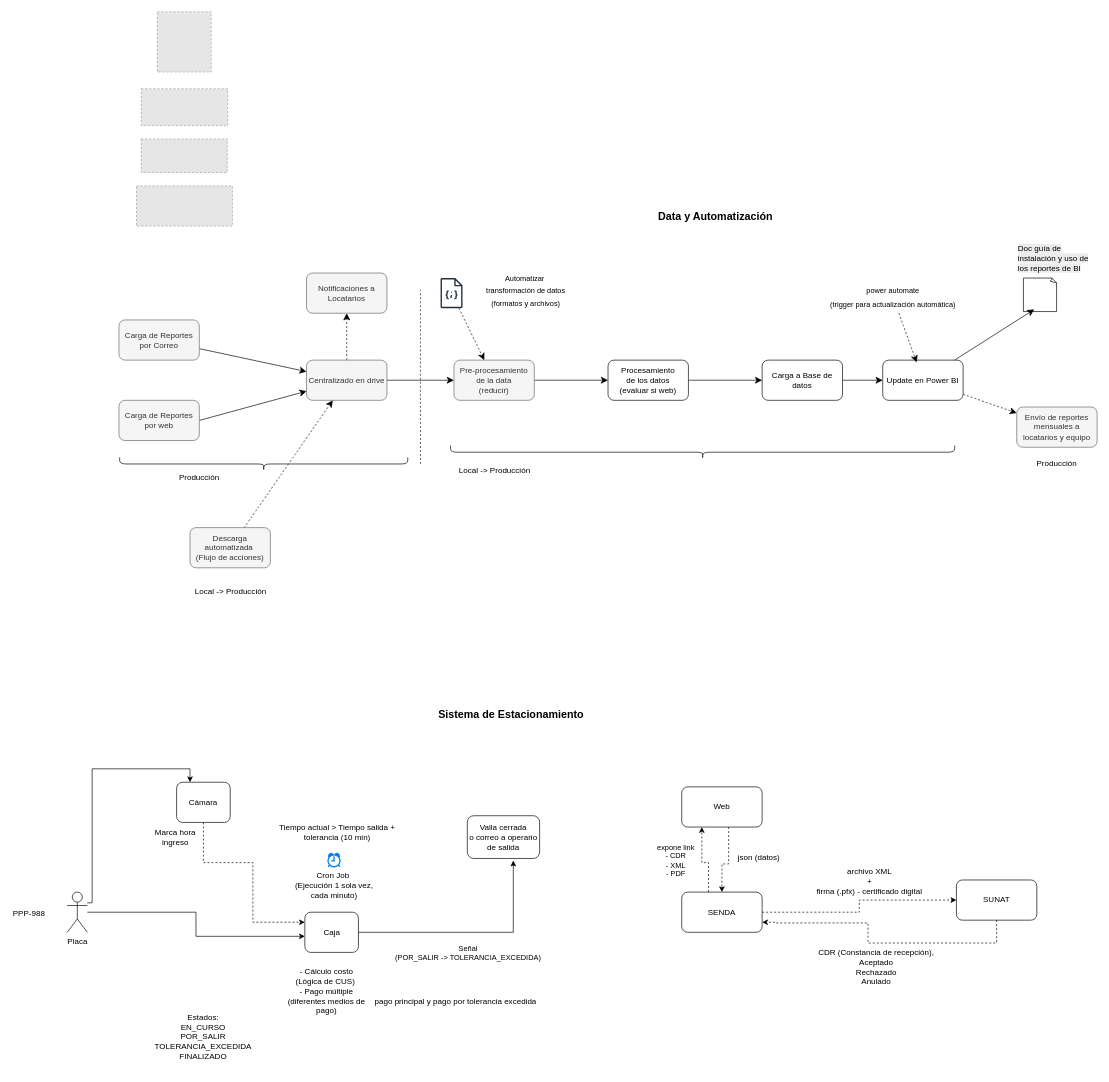
germanhyt/001_architect_projects keeps this draw.io diagram as Diagrama sin título.drawio. Above is the earlier version. Source tidied: cells renumbered, new cells numbered last; positions are measured from the earlier drawing's top-left corner, leaving out a move shared by most shapes. Both pictures are drawn from the tidied source at 67%, with x=0, y=0 at pixel (11, 11). Pictures stored in the file or linked from it are replaced by grey dashed boxes.
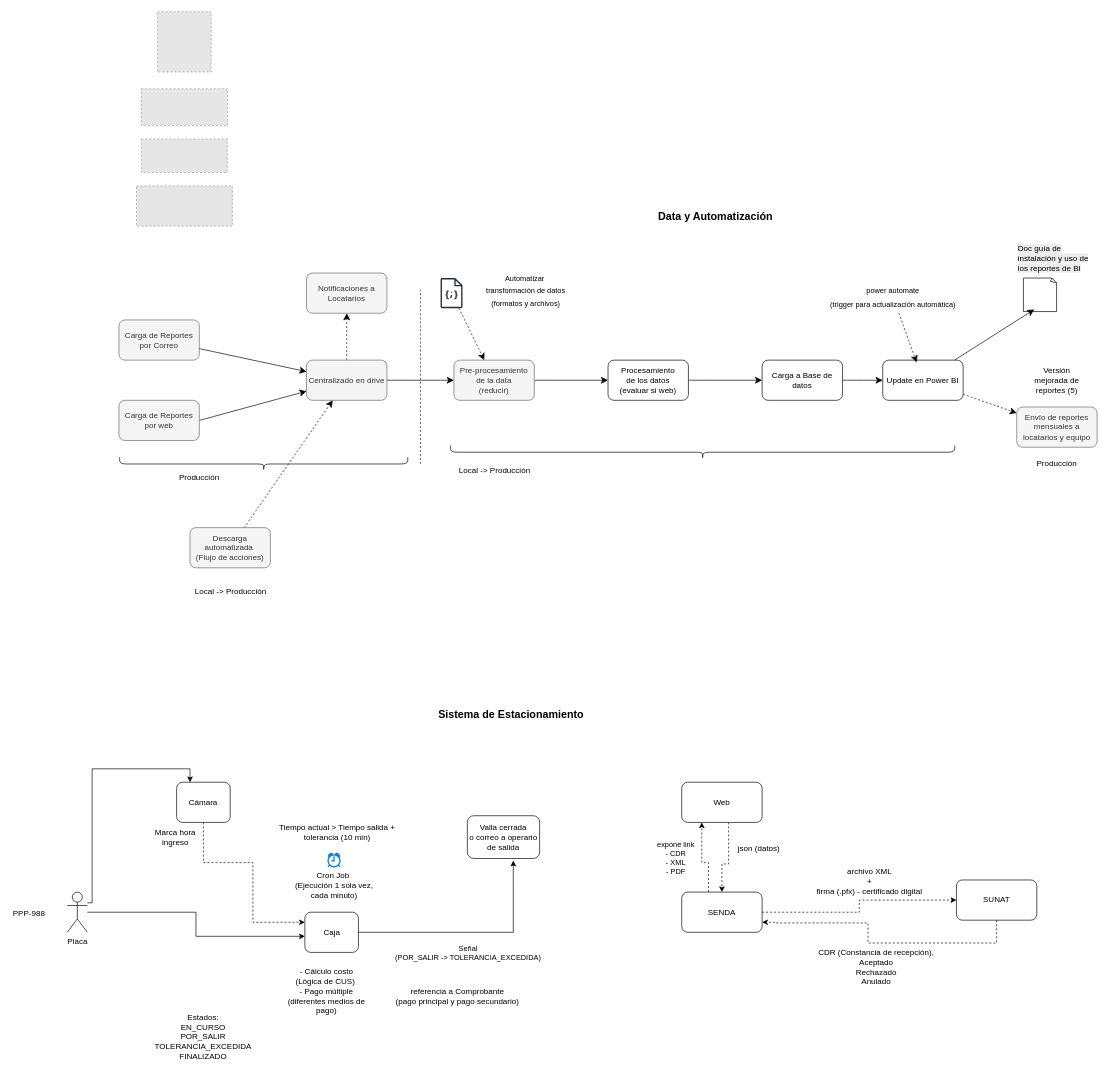
The same diagram, later.

What changed in the source:
```diff
@@
-    <mxCell id="57" value="&lt;span style=&quot;forced-color-adjust: none; color: light-dark(rgb(0, 0, 0), rgb(255, 255, 255)); font-family: Helvetica; font-size: 12px; font-style: normal; font-variant-ligatures: normal; font-variant-caps: normal; font-weight: 400; letter-spacing: normal; orphans: 2; text-align: center; text-indent: 0px; text-transform: none; widows: 2; word-spacing: 0px; -webkit-text-stroke-width: 0px; white-space: normal; background-color: transparent; text-decoration-thickness: initial; text-decoration-style: initial; text-decoration-color: initial;&quot;&gt;pago principal y pago por tolerancia excedida&lt;/span&gt;" style="text;whiteSpace=wrap;html=1;" parent="1" vertex="1">
-      <mxGeometry x="540" y="1464" width="270" height="40" as="geometry" />
-    </mxCell>
@@
     <mxCell id="59" value="Web" style="rounded=1;whiteSpace=wrap;html=1;" parent="1" vertex="1">
-      <mxGeometry x="1000" y="1156.9" width="120" height="60" as="geometry" />
+      <mxGeometry x="1000" y="1150" width="120" height="60" as="geometry" />
     </mxCell>
@@
     <mxCell id="66" value="json (datos)" style="text;html=1;align=center;verticalAlign=middle;strokeColor=none;fillColor=none;" parent="1" vertex="1">
-      <mxGeometry x="1070" y="1246.9" width="90" height="30" as="geometry" />
+      <mxGeometry x="1070" y="1233.8" width="90" height="30" as="geometry" />
     </mxCell>
@@
+    <mxCell id="69" value="Versión mejorada de reportes (5)" style="text;html=1;align=center;verticalAlign=middle;whiteSpace=wrap;rounded=0;" parent="1" vertex="1">
+      <mxGeometry x="1515" y="535" width="90" height="30" as="geometry" />
+    </mxCell>
+    <mxCell id="70" value="referencia a Comprobante&lt;br&gt;(pago principal y pago secundario)" style="text;html=1;align=center;verticalAlign=middle;whiteSpace=wrap;rounded=0;" parent="1" vertex="1">
+      <mxGeometry x="560" y="1439" width="211" height="60" as="geometry" />
+    </mxCell>
```
